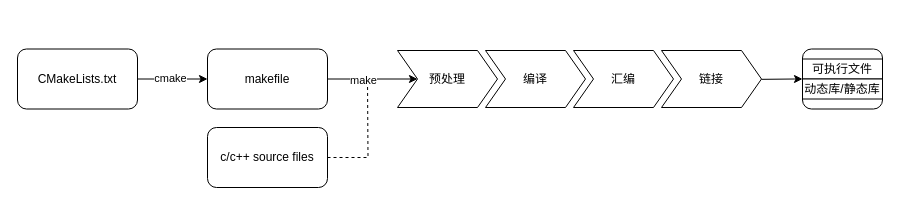
The draw.io diagram cmake_tutorial.drawio in oksep/diagrams-material, before the edit. Source tidied: cells renumbered, new cells numbered last; positions are measured from the earlier drawing's top-left corner, leaving out a move shared by most shapes. Both pictures are drawn from the tidied source at 100%, with x=0, y=0 at pixel (17, 17).
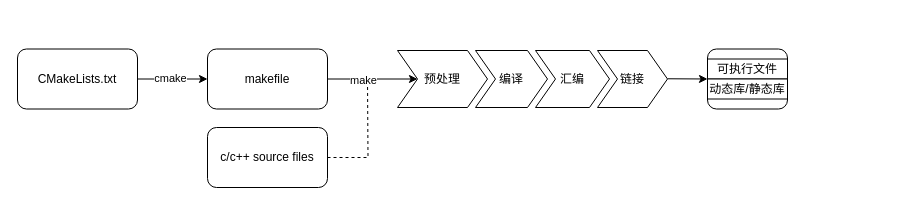
The same diagram, later.

The change refers to these unchanged cells:
```xml
<mxCell id="12" value="可执行文件" style="rounded=0;whiteSpace=wrap;html=1;" parent="10" vertex="1">
  <mxGeometry y="10" width="80" height="20" as="geometry" />
</mxCell>
<mxCell id="13" value="动态库/静态库" style="rounded=0;whiteSpace=wrap;html=1;" parent="10" vertex="1">
  <mxGeometry y="30" width="80" height="20" as="geometry" />
</mxCell>
```

Diff of the diagram source:
```diff
@@
     <mxCell id="10" style="group;" parent="1" vertex="1">
-      <mxGeometry x="785" y="31.5" width="80" height="60" as="geometry" />
+      <mxGeometry x="690" y="31.5" width="80" height="60" as="geometry" />
     </mxCell>
@@
     <mxCell id="14" style="swimlane;horizontal=1;fillColor=none;strokeColor=none;stackBorder=10;align=center;whiteSpace=wrap;html=1;" parent="1" vertex="1">
-      <mxGeometry x="370" width="384" height="100" as="geometry" />
+      <mxGeometry x="370" width="290" height="100" as="geometry" />
     </mxCell>
     <mxCell id="15" value="预处理" style="shape=step;perimeter=stepPerimeter;fixedSize=1;points=[];whiteSpace=wrap;html=1;" parent="14" vertex="1">
-      <mxGeometry x="10" y="33" width="100" height="57" as="geometry" />
+      <mxGeometry x="10" y="33" width="90" height="57" as="geometry" />
     </mxCell>
     <mxCell id="16" value="编译" style="shape=step;perimeter=stepPerimeter;fixedSize=1;whiteSpace=wrap;html=1;" parent="14" vertex="1">
-      <mxGeometry x="98" y="33" width="100" height="57" as="geometry" />
+      <mxGeometry x="88" y="33" width="72" height="57" as="geometry" />
     </mxCell>
     <mxCell id="17" value="汇编" style="shape=step;perimeter=stepPerimeter;fixedSize=1;whiteSpace=wrap;html=1;" parent="14" vertex="1">
-      <mxGeometry x="186" y="33" width="100" height="57" as="geometry" />
+      <mxGeometry x="148" y="33" width="74" height="57" as="geometry" />
     </mxCell>
     <mxCell id="18" value="链接" style="shape=step;perimeter=stepPerimeter;fixedSize=1;points=[];whiteSpace=wrap;html=1;" parent="14" vertex="1">
-      <mxGeometry x="274" y="33" width="100" height="57" as="geometry" />
+      <mxGeometry x="210" y="33" width="70" height="57" as="geometry" />
     </mxCell>
-    <mxCell id="19" style="edgeStyle=orthogonalEdgeStyle;rounded=0;jettySize=auto;html=1;exitX=0;exitY=0;exitDx=0;exitDy=0;entryX=1.001;entryY=0.506;entryDx=0;entryDy=0;entryPerimeter=0;startArrow=classic;startFill=1;endArrow=none;endFill=0;" parent="1" edge="1" source="13" target="18">
-      <mxGeometry relative="1" as="geometry">
-        <Array as="points">
-          <mxPoint x="777" y="62" />
-        </Array>
-      </mxGeometry>
-    </mxCell>
+    <mxCell id="20" style="endArrow=classic;html=1;rounded=0;exitX=1.003;exitY=0.496;exitDx=0;exitDy=0;exitPerimeter=0;entryX=0;entryY=1;entryDx=0;entryDy=0;" parent="1" edge="1" source="18" target="12">
+      <mxGeometry relative="1" as="geometry" />
+    </mxCell>
```
